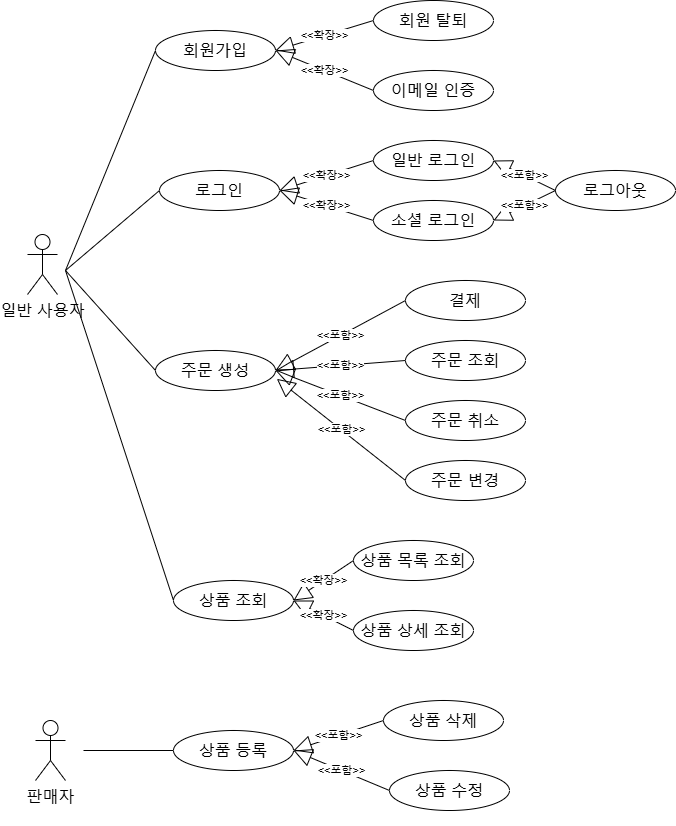
The draw.io diagram usecase.png in bdt6246/be12-newtest, before a commit. Source tidied: cells renumbered, new cells last; positions are measured from the earlier drawing's top-left corner, leaving out a move shared by most shapes.
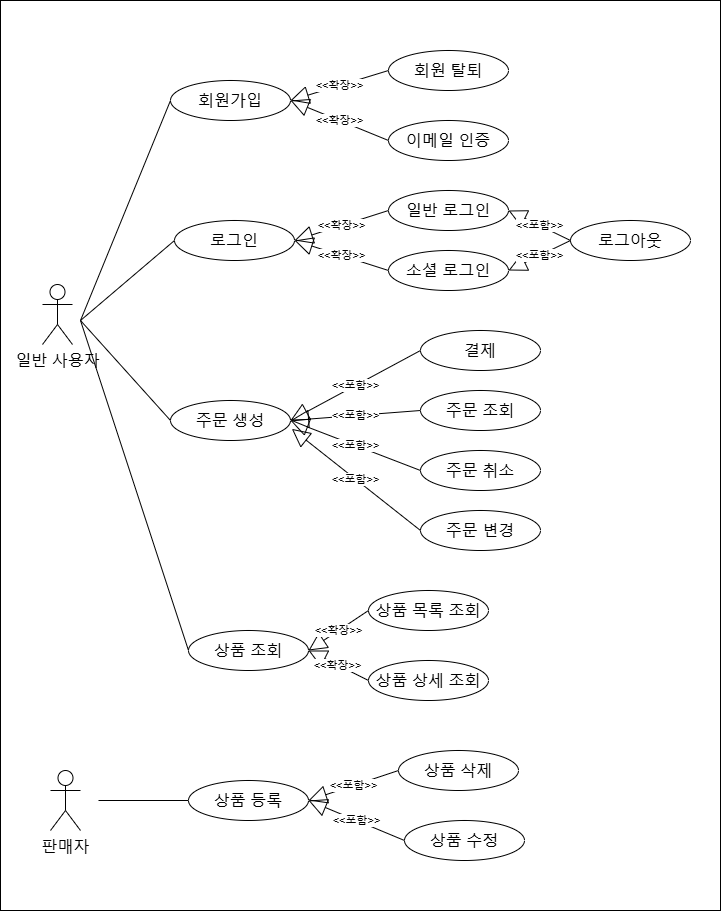
After the commit.

The edit, as a diff of the source:
```diff
@@ -2,6 +2,9 @@
   <root>
     <mxCell id="0" />
     <mxCell id="1" parent="0" />
+    <mxCell id="41" style="rounded=0;whiteSpace=wrap;html=1;" parent="1" vertex="1">
+      <mxGeometry x="-42" y="-50" width="720" height="910" as="geometry" />
+    </mxCell>
     <mxCell id="2" value="&lt;font&gt;일반 사용자&lt;/font&gt;" style="shape=umlActor;verticalLabelPosition=bottom;verticalAlign=top;html=1;fontSize=16;" parent="1" vertex="1">
       <mxGeometry y="234" width="30" height="60" as="geometry" />
     </mxCell>
```
